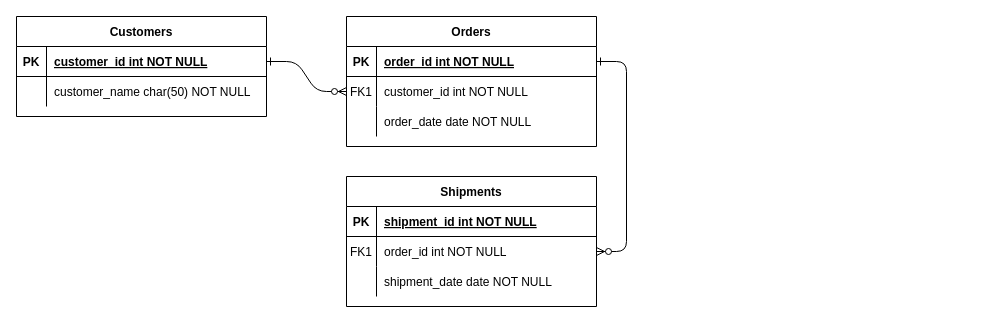
Before: Romania.drawio in MaticA26/ss_db, a draw.io diagram. Source tidied: cells renumbered, new cells numbered last; positions are measured from the earlier drawing's top-left corner, leaving out a move shared by most shapes. Both pictures are drawn from the tidied source at 100%, with x=0, y=0 at pixel (16, 16).
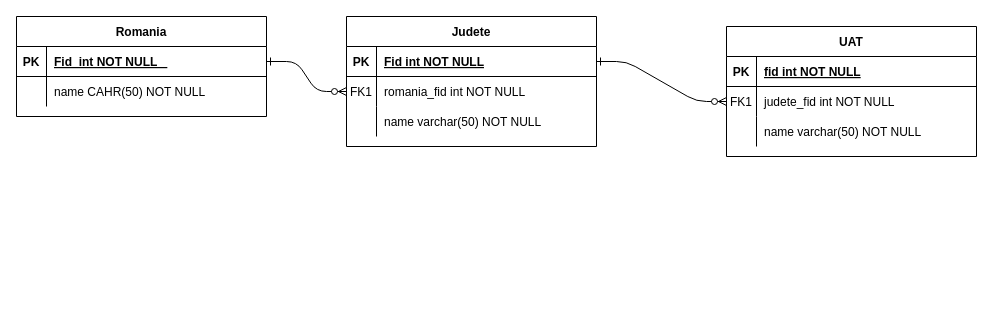
Above is the later version.

Unchanged cells that the change refers to:
```xml
<mxCell id="5" style="shape=partialRectangle;fillColor=none;points=[[0,0.5],[1,0.5]];portConstraint=eastwest;top=0;left=0;right=0;bottom=1;" parent="4" vertex="1">
  <mxGeometry y="30" width="250" height="30" as="geometry" />
</mxCell>
<mxCell id="8" style="shape=partialRectangle;fillColor=none;points=[[0,0.5],[1,0.5]];portConstraint=eastwest;top=0;left=0;right=0;bottom=0;" parent="4" vertex="1">
  <mxGeometry y="60" width="250" height="30" as="geometry" />
</mxCell>
<mxCell id="11" style="shape=partialRectangle;fillColor=none;top=0;left=0;right=0;bottom=0;" parent="4" vertex="1">
  <mxGeometry y="90" width="250" height="30" as="geometry" />
</mxCell>
<mxCell id="15" style="shape=partialRectangle;fillColor=none;top=0;left=0;right=0;bottom=1;" parent="14" vertex="1">
  <mxGeometry y="30" width="250" height="30" as="geometry" />
</mxCell>
<mxCell id="18" style="shape=partialRectangle;fillColor=none;points=[[0,0.5],[1,0.5]];portConstraint=eastwest;top=0;left=0;right=0;bottom=0;" parent="14" vertex="1">
  <mxGeometry y="60" width="250" height="30" as="geometry" />
</mxCell>
<mxCell id="21" style="shape=partialRectangle;fillColor=none;top=0;left=0;right=0;bottom=0;" parent="14" vertex="1">
  <mxGeometry y="90" width="250" height="30" as="geometry" />
</mxCell>
<mxCell id="25" style="shape=partialRectangle;fillColor=none;points=[[0,0.5],[1,0.5]];portConstraint=eastwest;top=0;left=0;right=0;bottom=1;" parent="24" vertex="1">
  <mxGeometry y="30" width="250" height="30" as="geometry" />
</mxCell>
<mxCell id="28" style="shape=partialRectangle;fillColor=none;top=0;left=0;right=0;bottom=0;" parent="24" vertex="1">
  <mxGeometry y="60" width="250" height="30" as="geometry" />
</mxCell>
```

Diff of the diagram source:
```diff
@@
-    <mxCell id="4" value="Orders" style="shape=table;startSize=30;childLayout=tableLayout;rowLines=0;fontStyle=1;align=center;" parent="1" vertex="1">
+    <mxCell id="4" value="Judete" style="shape=table;startSize=30;childLayout=tableLayout;rowLines=0;fontStyle=1;align=center;" parent="1" vertex="1">
       <mxGeometry x="330" width="250" height="130" as="geometry" />
     </mxCell>
@@
-    <mxCell id="7" value="order_id int NOT NULL " style="shape=partialRectangle;overflow=hidden;fillColor=none;top=0;left=0;bottom=0;right=0;align=left;spacingLeft=6;fontStyle=5;" parent="5" vertex="1">
+    <mxCell id="7" value="Fid int NOT NULL " style="shape=partialRectangle;overflow=hidden;fillColor=none;top=0;left=0;bottom=0;right=0;align=left;spacingLeft=6;fontStyle=5;" parent="5" vertex="1">
       <mxGeometry x="30" width="220" height="30" as="geometry" />
     </mxCell>
@@
-    <mxCell id="10" value="customer_id int NOT NULL" style="shape=partialRectangle;overflow=hidden;fillColor=none;top=0;left=0;bottom=0;right=0;align=left;spacingLeft=6;" parent="8" vertex="1">
+    <mxCell id="10" value="romania_fid int NOT NULL" style="shape=partialRectangle;overflow=hidden;fillColor=none;top=0;left=0;bottom=0;right=0;align=left;spacingLeft=6;" parent="8" vertex="1">
       <mxGeometry x="30" width="220" height="30" as="geometry" />
     </mxCell>
@@
-    <mxCell id="13" value="order_date date NOT NULL" style="shape=partialRectangle;overflow=hidden;fillColor=none;top=0;left=0;bottom=0;right=0;align=left;spacingLeft=6;" parent="11" vertex="1">
+    <mxCell id="13" value="name varchar(50) NOT NULL    " style="shape=partialRectangle;overflow=hidden;fillColor=none;top=0;left=0;bottom=0;right=0;align=left;spacingLeft=6;" parent="11" vertex="1">
       <mxGeometry x="30" width="220" height="30" as="geometry" />
     </mxCell>
-    <mxCell id="14" value="Shipments" style="shape=table;startSize=30;childLayout=tableLayout;rowLines=0;fontStyle=1;align=center;" parent="1" vertex="1">
-      <mxGeometry x="330" y="160" width="250" height="130" as="geometry" />
+    <mxCell id="14" value="UAT" style="shape=table;startSize=30;childLayout=tableLayout;rowLines=0;fontStyle=1;align=center;" parent="1" vertex="1">
+      <mxGeometry x="710" y="10" width="250" height="130" as="geometry" />
     </mxCell>
@@
-    <mxCell id="17" value="shipment_id int NOT NULL " style="shape=partialRectangle;overflow=hidden;fillColor=none;top=0;left=0;bottom=0;right=0;align=left;spacingLeft=6;fontStyle=5;" parent="15" vertex="1">
+    <mxCell id="17" value="fid int NOT NULL " style="shape=partialRectangle;overflow=hidden;fillColor=none;top=0;left=0;bottom=0;right=0;align=left;spacingLeft=6;fontStyle=5;" parent="15" vertex="1">
       <mxGeometry x="30" width="220" height="30" as="geometry" />
     </mxCell>
@@
-    <mxCell id="20" value="order_id int NOT NULL" style="shape=partialRectangle;overflow=hidden;fillColor=none;top=0;left=0;bottom=0;right=0;align=left;spacingLeft=6;" parent="18" vertex="1">
+    <mxCell id="20" value="judete_fid int NOT NULL" style="shape=partialRectangle;overflow=hidden;fillColor=none;top=0;left=0;bottom=0;right=0;align=left;spacingLeft=6;" parent="18" vertex="1">
       <mxGeometry x="30" width="220" height="30" as="geometry" />
     </mxCell>
@@
-    <mxCell id="23" value="shipment_date date NOT NULL" style="shape=partialRectangle;overflow=hidden;fillColor=none;top=0;left=0;bottom=0;right=0;align=left;spacingLeft=6;" parent="21" vertex="1">
+    <mxCell id="23" value="name varchar(50) NOT NULL" style="shape=partialRectangle;overflow=hidden;fillColor=none;top=0;left=0;bottom=0;right=0;align=left;spacingLeft=6;" parent="21" vertex="1">
       <mxGeometry x="30" width="220" height="30" as="geometry" />
     </mxCell>
-    <mxCell id="24" value="Customers" style="shape=table;startSize=30;childLayout=tableLayout;rowLines=0;fontStyle=1;align=center;" parent="1" vertex="1">
+    <mxCell id="24" value="Romania" style="shape=table;startSize=30;childLayout=tableLayout;rowLines=0;fontStyle=1;align=center;" parent="1" vertex="1">
       <mxGeometry width="250" height="100" as="geometry" />
     </mxCell>
@@
-    <mxCell id="27" value="customer_id int NOT NULL " style="shape=partialRectangle;overflow=hidden;fillColor=none;top=0;left=0;bottom=0;right=0;align=left;spacingLeft=6;fontStyle=5;" parent="25" vertex="1">
+    <mxCell id="27" value="Fid_int NOT NULL   " style="shape=partialRectangle;overflow=hidden;fillColor=none;top=0;left=0;bottom=0;right=0;align=left;spacingLeft=6;fontStyle=5;" parent="25" vertex="1">
       <mxGeometry x="30" width="220" height="30" as="geometry" />
     </mxCell>
@@
-    <mxCell id="30" value="customer_name char(50) NOT NULL" style="shape=partialRectangle;overflow=hidden;fillColor=none;top=0;left=0;bottom=0;right=0;align=left;spacingLeft=6;" parent="28" vertex="1">
+    <mxCell id="30" value="name CAHR(50) NOT NULL    " style="shape=partialRectangle;overflow=hidden;fillColor=none;top=0;left=0;bottom=0;right=0;align=left;spacingLeft=6;" parent="28" vertex="1">
       <mxGeometry x="30" width="220" height="30" as="geometry" />
     </mxCell>
```
